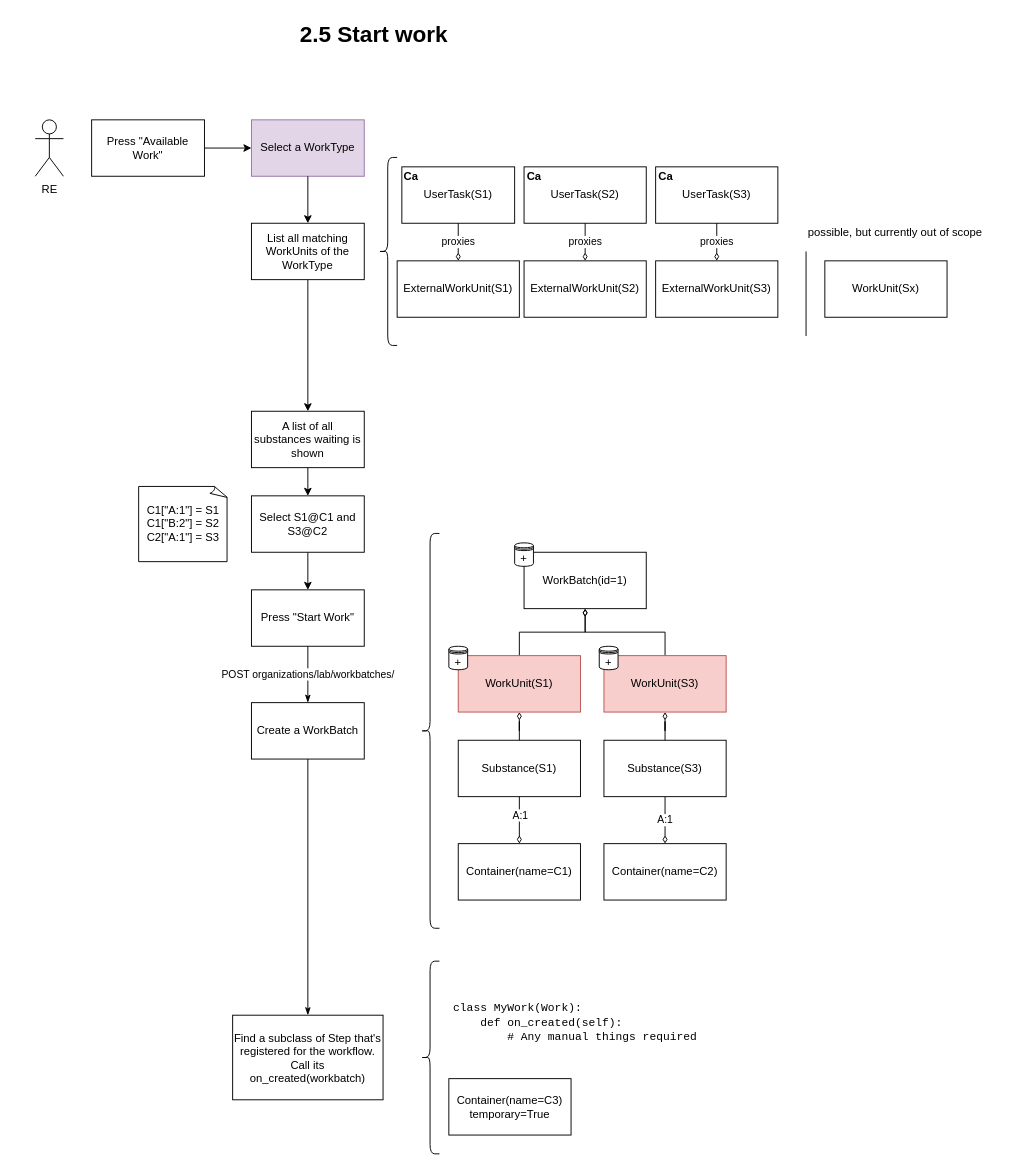
Before: page "2.3.1: Start Work" (5 of 18) of diagrams/2_webui.drawio in commonlims/commonlims-design, a draw.io diagram. Source tidied: cells renumbered, new cells numbered last; positions are measured from the earlier drawing's top-left corner, leaving out a move shared by most shapes. Both pictures are drawn from the tidied source at 94%, with x=0, y=0 at pixel (16, 16).
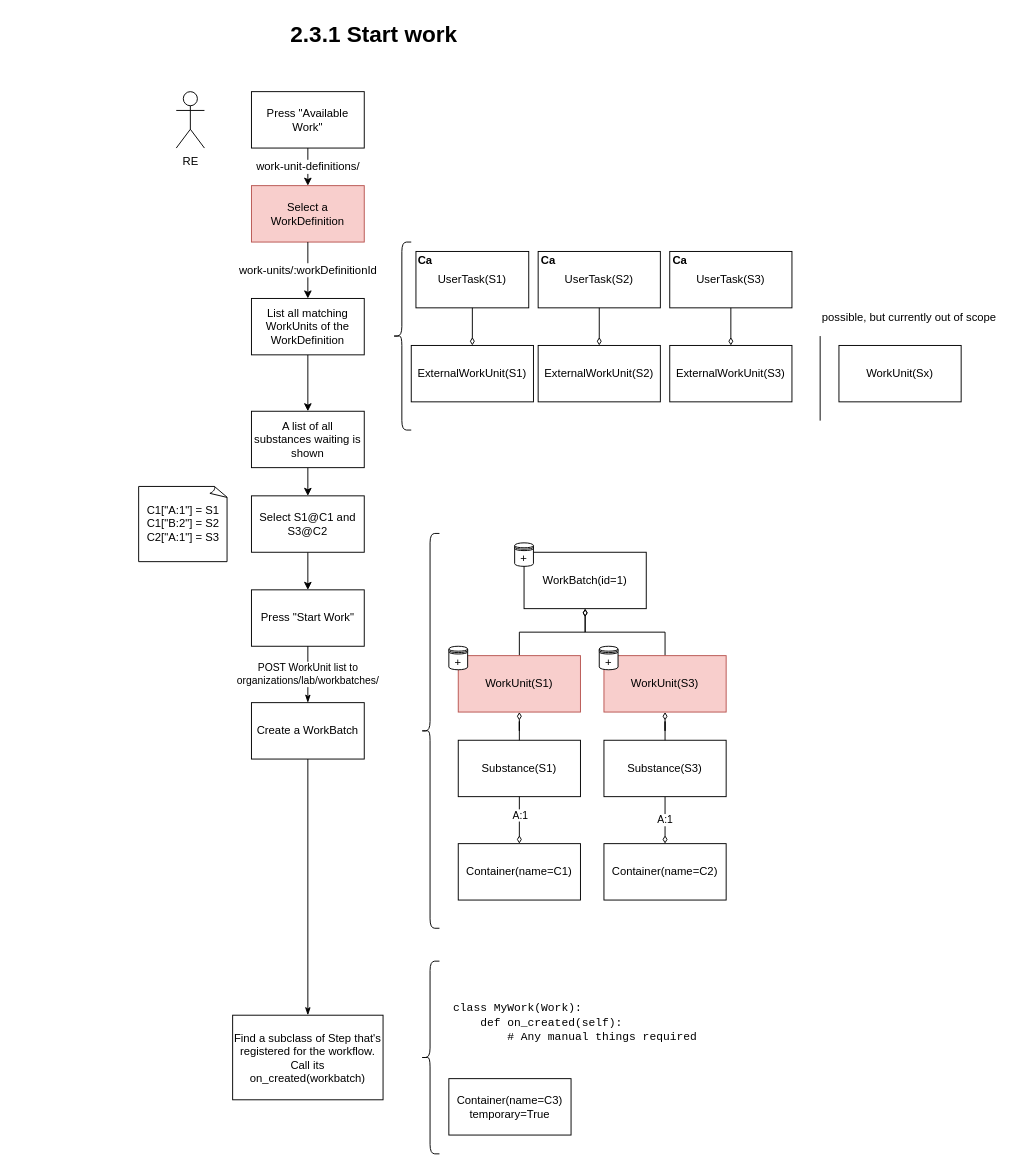
Above is the later version.

The change refers to these unchanged cells:
```xml
<mxCell id="45" value="UserTask(S1)" style="rounded=0;whiteSpace=wrap;html=1;fillColor=#FFFFFF;fontSize=12;" parent="44" vertex="1">
  <mxGeometry width="120" height="60" as="geometry" />
</mxCell>
<mxCell id="50" value="UserTask(S2)" style="rounded=0;whiteSpace=wrap;html=1;fillColor=#FFFFFF;fontSize=12;" parent="49" vertex="1">
  <mxGeometry width="130" height="60" as="geometry" />
</mxCell>
<mxCell id="55" value="UserTask(S3)" style="rounded=0;whiteSpace=wrap;html=1;fillColor=#FFFFFF;fontSize=12;" parent="54" vertex="1">
  <mxGeometry width="130" height="60" as="geometry" />
</mxCell>
```

Change to the diagram source:
```diff
@@
     <mxCell id="2" value="RE" style="shape=umlActor;verticalLabelPosition=bottom;verticalAlign=top;html=1;fontSize=12;" parent="1" vertex="1">
-      <mxGeometry x="20" y="110" width="30" height="60" as="geometry" />
+      <mxGeometry x="170" y="80" width="30" height="60" as="geometry" />
     </mxCell>
-    <mxCell id="3" style="edgeStyle=orthogonalEdgeStyle;rounded=0;jettySize=auto;html=1;endArrow=classic;endFill=1;fontSize=12;" parent="1" edge="1" source="4" target="6">
+    <mxCell id="3" value="work-unit-definitions/" style="edgeStyle=orthogonalEdgeStyle;rounded=0;jettySize=auto;html=1;endArrow=classic;endFill=1;fontSize=12;" parent="1" edge="1" source="4" target="6">
       <mxGeometry relative="1" as="geometry" />
     </mxCell>
     <mxCell id="4" value="Press &quot;Available Work&quot;" style="rounded=0;whiteSpace=wrap;html=1;fontSize=12;" parent="1" vertex="1">
-      <mxGeometry x="80" y="110" width="120" height="60" as="geometry" />
+      <mxGeometry x="250" y="80" width="120" height="60" as="geometry" />
     </mxCell>
@@
-    <mxCell id="6" value="Select a WorkType" style="whiteSpace=wrap;html=1;rounded=0;fillColor=#e1d5e7;strokeColor=#9673a6;" parent="1" vertex="1">
-      <mxGeometry x="250" y="110" width="120" height="60" as="geometry" />
+    <mxCell id="6" value="Select a WorkDefinition" style="whiteSpace=wrap;html=1;rounded=0;fillColor=#f8cecc;strokeColor=#b85450;" parent="1" vertex="1">
+      <mxGeometry x="250" y="180" width="120" height="60" as="geometry" />
     </mxCell>
@@
-    <mxCell id="31" value="POST organizations/lab/workbatches/" style="edgeStyle=orthogonalEdgeStyle;rounded=0;orthogonalLoop=1;jettySize=auto;html=1;startArrow=classicThin;startFill=1;endArrow=none;endFill=0;" parent="1" edge="1">
+    <mxCell id="31" value="POST WorkUnit list to&lt;br&gt;organizations/lab/workbatches/" style="edgeStyle=orthogonalEdgeStyle;rounded=0;orthogonalLoop=1;jettySize=auto;html=1;startArrow=classicThin;startFill=1;endArrow=none;endFill=0;" parent="1" edge="1">
       <mxGeometry relative="1" as="geometry">
         <mxPoint x="310" y="730" as="sourcePoint" />
         <mxPoint x="310" y="670" as="targetPoint" />
       </mxGeometry>
     </mxCell>
@@
-    <mxCell id="38" value="2.5 Start work" style="text;strokeColor=none;fillColor=none;html=1;fontSize=24;fontStyle=1;verticalAlign=middle;align=center;" parent="1" vertex="1">
+    <mxCell id="38" value="2.3.1 Start work" style="text;strokeColor=none;fillColor=none;html=1;fontSize=24;fontStyle=1;verticalAlign=middle;align=center;" parent="1" vertex="1">
       <mxGeometry width="760" height="40" as="geometry" />
     </mxCell>
-    <mxCell id="39" value="List all matching WorkUnits of the WorkType" style="whiteSpace=wrap;html=1;rounded=0;" parent="1" vertex="1">
-      <mxGeometry x="250" y="220" width="120" height="60" as="geometry" />
+    <mxCell id="39" value="List all matching WorkUnits of the WorkDefinition" style="whiteSpace=wrap;html=1;rounded=0;" parent="1" vertex="1">
+      <mxGeometry x="250" y="300" width="120" height="60" as="geometry" />
     </mxCell>
-    <mxCell id="40" style="edgeStyle=orthogonalEdgeStyle;rounded=0;jettySize=auto;html=1;endArrow=classic;endFill=1;fontSize=12;" parent="1" edge="1" source="6" target="39">
+    <mxCell id="40" value="work-units/:workDefinitionId" style="edgeStyle=orthogonalEdgeStyle;rounded=0;jettySize=auto;html=1;endArrow=classic;endFill=1;fontSize=12;" parent="1" edge="1" source="6" target="39">
       <mxGeometry relative="1" as="geometry" />
     </mxCell>
     <mxCell id="41" style="shape=curlyBracket;whiteSpace=wrap;html=1;rounded=1;" parent="1" vertex="1">
-      <mxGeometry x="385" y="150" width="20" height="200" as="geometry" />
+      <mxGeometry x="400" y="240" width="20" height="200" as="geometry" />
     </mxCell>
     <mxCell id="42" style="group;" parent="1" vertex="1">
-      <mxGeometry x="410" y="160" width="120" height="60" as="geometry" />
+      <mxGeometry x="425" y="250" width="120" height="60" as="geometry" />
     </mxCell>
@@
     <mxCell id="47" style="group;" parent="1" vertex="1">
-      <mxGeometry x="540" y="160" width="130" height="60" as="geometry" />
+      <mxGeometry x="555" y="250" width="130" height="60" as="geometry" />
     </mxCell>
@@
     <mxCell id="52" style="group;" parent="1" vertex="1">
-      <mxGeometry x="680" y="160" width="130" height="60" as="geometry" />
+      <mxGeometry x="695" y="250" width="130" height="60" as="geometry" />
     </mxCell>
@@
-    <mxCell id="57" value="proxies" style="edgeStyle=orthogonalEdgeStyle;rounded=0;jettySize=auto;html=1;startArrow=diamondThin;startFill=0;endArrow=none;endFill=0;" parent="1" edge="1" source="58" target="45">
+    <mxCell id="57" style="edgeStyle=orthogonalEdgeStyle;rounded=0;jettySize=auto;html=1;startArrow=diamondThin;startFill=0;endArrow=none;endFill=0;" parent="1" edge="1" source="58" target="45">
       <mxGeometry relative="1" as="geometry" />
     </mxCell>
     <mxCell id="58" value="ExternalWorkUnit(S1)" style="rounded=0;whiteSpace=wrap;html=1;fontSize=12;" parent="1" vertex="1">
-      <mxGeometry x="405" y="260" width="130" height="60" as="geometry" />
+      <mxGeometry x="420" y="350" width="130" height="60" as="geometry" />
     </mxCell>
-    <mxCell id="59" value="proxies" style="edgeStyle=orthogonalEdgeStyle;rounded=0;jettySize=auto;html=1;startArrow=diamondThin;startFill=0;endArrow=none;endFill=0;" parent="1" edge="1" source="60" target="50">
+    <mxCell id="59" style="edgeStyle=orthogonalEdgeStyle;rounded=0;jettySize=auto;html=1;startArrow=diamondThin;startFill=0;endArrow=none;endFill=0;" parent="1" edge="1" source="60" target="50">
       <mxGeometry relative="1" as="geometry" />
     </mxCell>
     <mxCell id="60" value="ExternalWorkUnit(S2)" style="rounded=0;whiteSpace=wrap;html=1;fontSize=12;" parent="1" vertex="1">
-      <mxGeometry x="540" y="260" width="130" height="60" as="geometry" />
+      <mxGeometry x="555" y="350" width="130" height="60" as="geometry" />
     </mxCell>
-    <mxCell id="61" value="proxies" style="edgeStyle=orthogonalEdgeStyle;rounded=0;jettySize=auto;html=1;startArrow=diamondThin;startFill=0;endArrow=none;endFill=0;" parent="1" edge="1" source="62" target="55">
+    <mxCell id="61" style="edgeStyle=orthogonalEdgeStyle;rounded=0;jettySize=auto;html=1;startArrow=diamondThin;startFill=0;endArrow=none;endFill=0;" parent="1" edge="1" source="62" target="55">
       <mxGeometry relative="1" as="geometry" />
     </mxCell>
     <mxCell id="62" value="ExternalWorkUnit(S3)" style="rounded=0;whiteSpace=wrap;html=1;fontSize=12;" parent="1" vertex="1">
-      <mxGeometry x="680" y="260" width="130" height="60" as="geometry" />
+      <mxGeometry x="695" y="350" width="130" height="60" as="geometry" />
     </mxCell>
     <mxCell id="63" value="WorkUnit(Sx)" style="rounded=0;whiteSpace=wrap;html=1;fontSize=12;" parent="1" vertex="1">
-      <mxGeometry x="860" y="260" width="130" height="60" as="geometry" />
+      <mxGeometry x="875" y="350" width="130" height="60" as="geometry" />
     </mxCell>
     <mxCell id="64" style="endArrow=none;html=1;" parent="1" edge="1">
       <mxGeometry relative="1" as="geometry">
-        <mxPoint x="840" y="340" as="sourcePoint" />
-        <mxPoint x="840" y="250" as="targetPoint" />
+        <mxPoint x="855" y="430" as="sourcePoint" />
+        <mxPoint x="855" y="340" as="targetPoint" />
       </mxGeometry>
     </mxCell>
     <mxCell id="65" value="possible, but currently out of scope" style="text;html=1;strokeColor=none;fillColor=none;align=center;verticalAlign=middle;whiteSpace=wrap;rounded=0;" parent="1" vertex="1">
-      <mxGeometry x="840" y="220" width="190" height="20" as="geometry" />
+      <mxGeometry x="855" y="310" width="190" height="20" as="geometry" />
     </mxCell>
```
